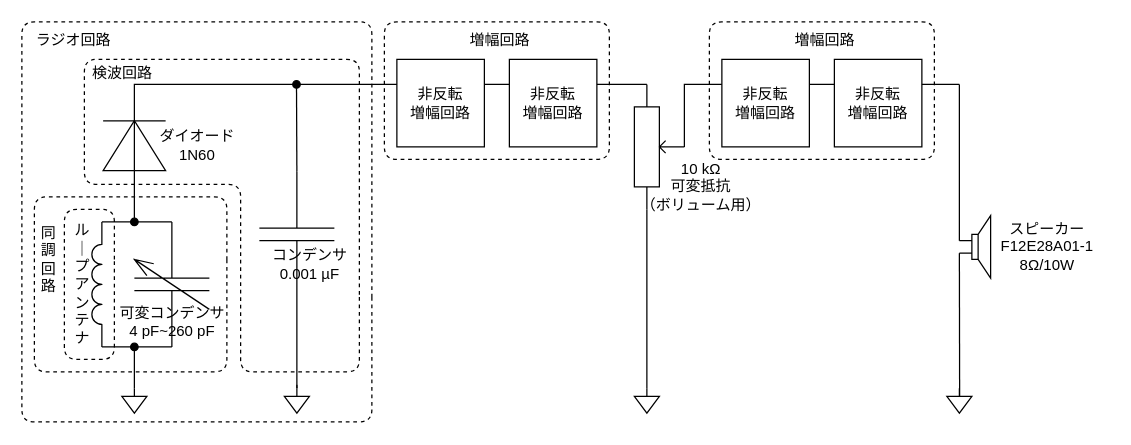
m20079/AM-radio keeps this draw.io diagram as page "all2" (4 of 9) of python/fig.drawio. Above is the earlier version. Source tidied: cells renumbered, new cells numbered last; positions are measured from the earlier drawing's top-left corner, leaving out a move shared by most shapes. Both pictures are drawn from the tidied source at 125%, with x=0, y=0 at pixel (21, 21).
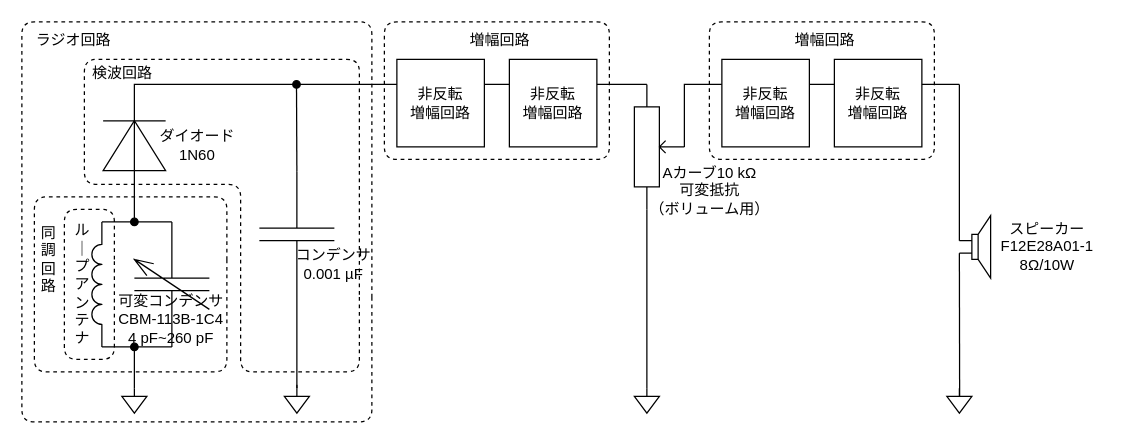
Above is the later version.

What changed in the source:
```diff
@@
     <mxCell id="12" value="コンデンサ&lt;br&gt;0.001 µF" style="text;html=1;align=center;verticalAlign=middle;strokeColor=none;fillColor=none;" parent="1" vertex="1">
-      <mxGeometry x="190" y="174" width="80" height="40" as="geometry" />
+      <mxGeometry x="209" y="174" width="80" height="40" as="geometry" />
     </mxCell>
-    <mxCell id="13" value="可変コンデンサ&lt;br&gt;4 pF~260 pF" style="text;html=1;align=center;verticalAlign=middle;strokeColor=none;fillColor=none;" parent="1" vertex="1">
-      <mxGeometry x="65" y="220" width="110" height="40" as="geometry" />
+    <mxCell id="13" value="可変コンデンサ&lt;br&gt;CBM-113B-1C4&lt;br&gt;4 pF~260 pF" style="text;html=1;align=center;verticalAlign=middle;strokeColor=none;fillColor=none;" parent="1" vertex="1">
+      <mxGeometry x="64" y="208" width="110" height="60" as="geometry" />
     </mxCell>
@@
-    <mxCell id="40" value="10 kΩ&lt;br&gt;可変抵抗&lt;br&gt;（ボリューム用）" style="text;html=1;align=center;verticalAlign=middle;strokeColor=none;fillColor=none;" parent="1" vertex="1">
-      <mxGeometry x="483" y="102" width="120" height="60" as="geometry" />
+    <mxCell id="40" value="Aカーブ10 kΩ&lt;br&gt;可変抵抗&lt;br&gt;（ボリューム用）" style="text;html=1;align=center;verticalAlign=middle;strokeColor=none;fillColor=none;" parent="1" vertex="1">
+      <mxGeometry x="490" y="105" width="120" height="60" as="geometry" />
     </mxCell>
```
